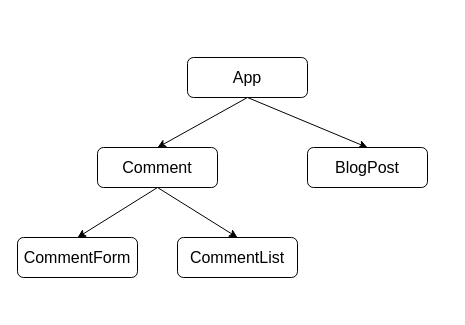
The draw.io diagram src/component-tree.drawio in SchoolOfCode/bc14_w5_recap-tasks-rosiegracejones, before the edit. Source tidied: cells renumbered, new cells numbered last; positions are measured from the earlier drawing's top-left corner, leaving out a move shared by most shapes. Both pictures are drawn from the tidied source at 100%, with x=0, y=0 at pixel (17, 57).
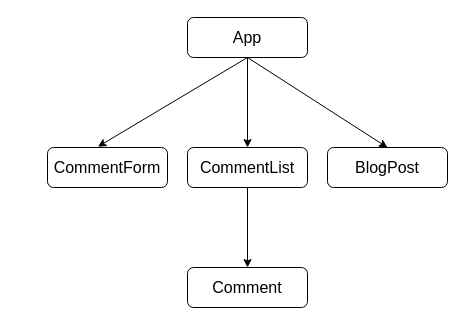
After the change.

Commit message (it also covers changes not shown here):
CommentList component code finished & functioning

Diff of the diagram source:
```diff
@@
 <mxGraphModel>
   <root>
     <mxCell id="0" />
     <mxCell id="1" parent="0" />
-    <mxCell id="2" style="edgeStyle=none;html=1;exitX=0.5;exitY=1;exitDx=0;exitDy=0;entryX=0.5;entryY=0;entryDx=0;entryDy=0;fontSize=14;" parent="1" edge="1" source="4" target="10">
+    <mxCell id="2" style="edgeStyle=none;html=1;exitX=0.5;exitY=1;exitDx=0;exitDy=0;fontSize=14;entryX=0.42;entryY=-0.02;entryDx=0;entryDy=0;entryPerimeter=0;" parent="1" edge="1" source="4" target="5">
       <mxGeometry relative="1" as="geometry" />
     </mxCell>
     <mxCell id="3" style="edgeStyle=none;html=1;exitX=0.5;exitY=1;exitDx=0;exitDy=0;entryX=0.5;entryY=0;entryDx=0;entryDy=0;fontSize=14;" parent="1" edge="1" source="4" target="6">
       <mxGeometry relative="1" as="geometry" />
     </mxCell>
+    <mxCell id="9" style="edgeStyle=none;html=1;exitX=0.5;exitY=1;exitDx=0;exitDy=0;entryX=0.5;entryY=0;entryDx=0;entryDy=0;" parent="1" edge="1" source="4" target="7">
+      <mxGeometry relative="1" as="geometry" />
+    </mxCell>
     <mxCell id="4" value="&lt;font size=&quot;3&quot;&gt;App&lt;br&gt;&lt;/font&gt;" style="rounded=1;whiteSpace=wrap;html=1;" parent="1" vertex="1">
-      <mxGeometry x="170" width="120" height="40" as="geometry" />
+      <mxGeometry x="170" y="-40" width="120" height="40" as="geometry" />
     </mxCell>
     <mxCell id="5" value="&lt;font size=&quot;3&quot;&gt;CommentForm&lt;br&gt;&lt;/font&gt;" style="rounded=1;whiteSpace=wrap;html=1;" parent="1" vertex="1">
-      <mxGeometry y="180" width="120" height="40" as="geometry" />
+      <mxGeometry x="30" y="90" width="120" height="40" as="geometry" />
     </mxCell>
     <mxCell id="6" value="&lt;font size=&quot;3&quot;&gt;BlogPost&lt;br&gt;&lt;/font&gt;" style="rounded=1;whiteSpace=wrap;html=1;" parent="1" vertex="1">
-      <mxGeometry x="290" y="90" width="120" height="40" as="geometry" />
+      <mxGeometry x="310" y="90" width="120" height="40" as="geometry" />
     </mxCell>
+    <mxCell id="11" style="edgeStyle=none;html=1;exitX=0.5;exitY=1;exitDx=0;exitDy=0;entryX=0.5;entryY=0;entryDx=0;entryDy=0;" parent="1" edge="1" source="7" target="10">
+      <mxGeometry relative="1" as="geometry" />
+    </mxCell>
     <mxCell id="7" value="&lt;font size=&quot;3&quot;&gt;CommentList&lt;br&gt;&lt;/font&gt;" style="rounded=1;whiteSpace=wrap;html=1;" parent="1" vertex="1">
-      <mxGeometry x="160" y="180" width="120" height="40" as="geometry" />
+      <mxGeometry x="170" y="90" width="120" height="40" as="geometry" />
     </mxCell>
-    <mxCell id="8" style="edgeStyle=none;html=1;exitX=0.5;exitY=1;exitDx=0;exitDy=0;entryX=0.5;entryY=0;entryDx=0;entryDy=0;fontSize=14;" parent="1" edge="1" source="10" target="5">
-      <mxGeometry relative="1" as="geometry" />
-    </mxCell>
-    <mxCell id="9" style="edgeStyle=none;html=1;exitX=0.5;exitY=1;exitDx=0;exitDy=0;entryX=0.5;entryY=0;entryDx=0;entryDy=0;fontSize=14;" parent="1" edge="1" source="10" target="7">
-      <mxGeometry relative="1" as="geometry" />
-    </mxCell>
     <mxCell id="10" value="&lt;font size=&quot;3&quot;&gt;Comment&lt;br&gt;&lt;/font&gt;" style="rounded=1;whiteSpace=wrap;html=1;" parent="1" vertex="1">
-      <mxGeometry x="80" y="90" width="120" height="40" as="geometry" />
+      <mxGeometry x="170" y="210" width="120" height="40" as="geometry" />
     </mxCell>
   </root>
 </mxGraphModel>
```
